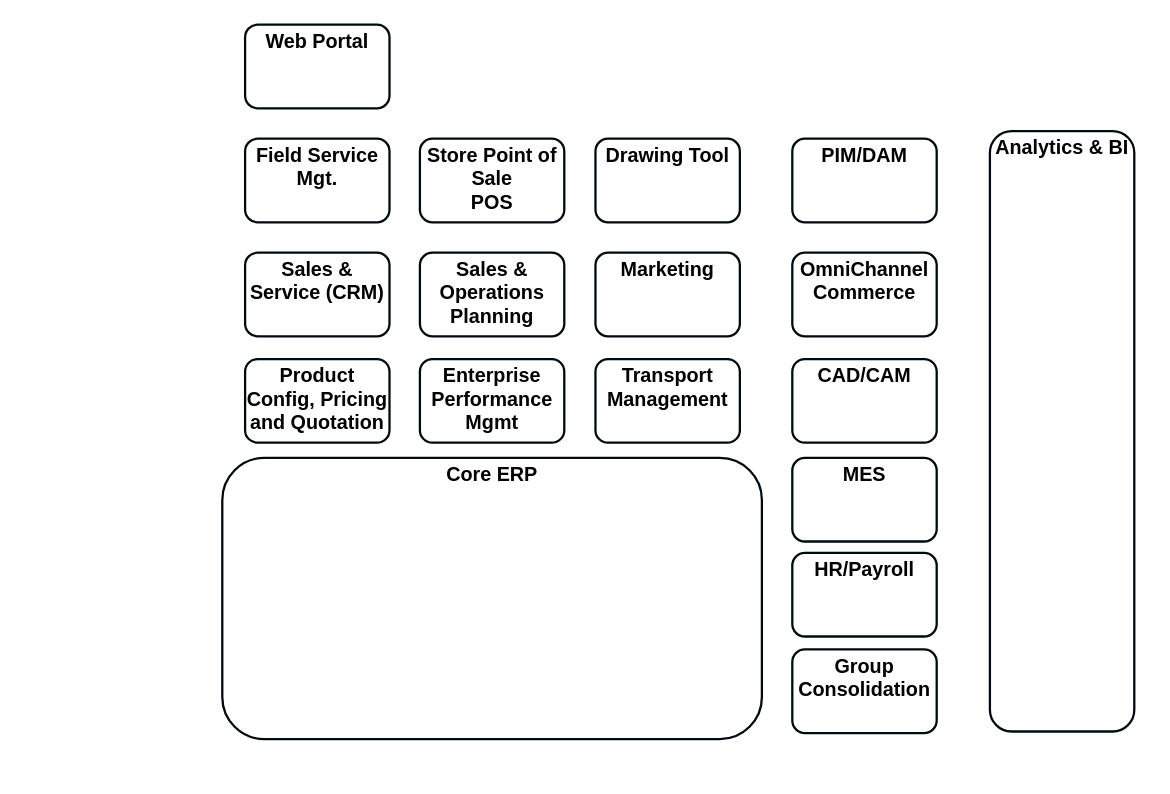
Before: page "Accenture" (1 of 5) of Polaris Starter.drawio in mrf742002/Diagrams, a draw.io diagram. Source tidied: cells renumbered, new cells numbered last; positions are measured from the earlier drawing's top-left corner, leaving out a move shared by most shapes. Both pictures are drawn from the tidied source at 76%, with x=0, y=0 at pixel (222, 24).
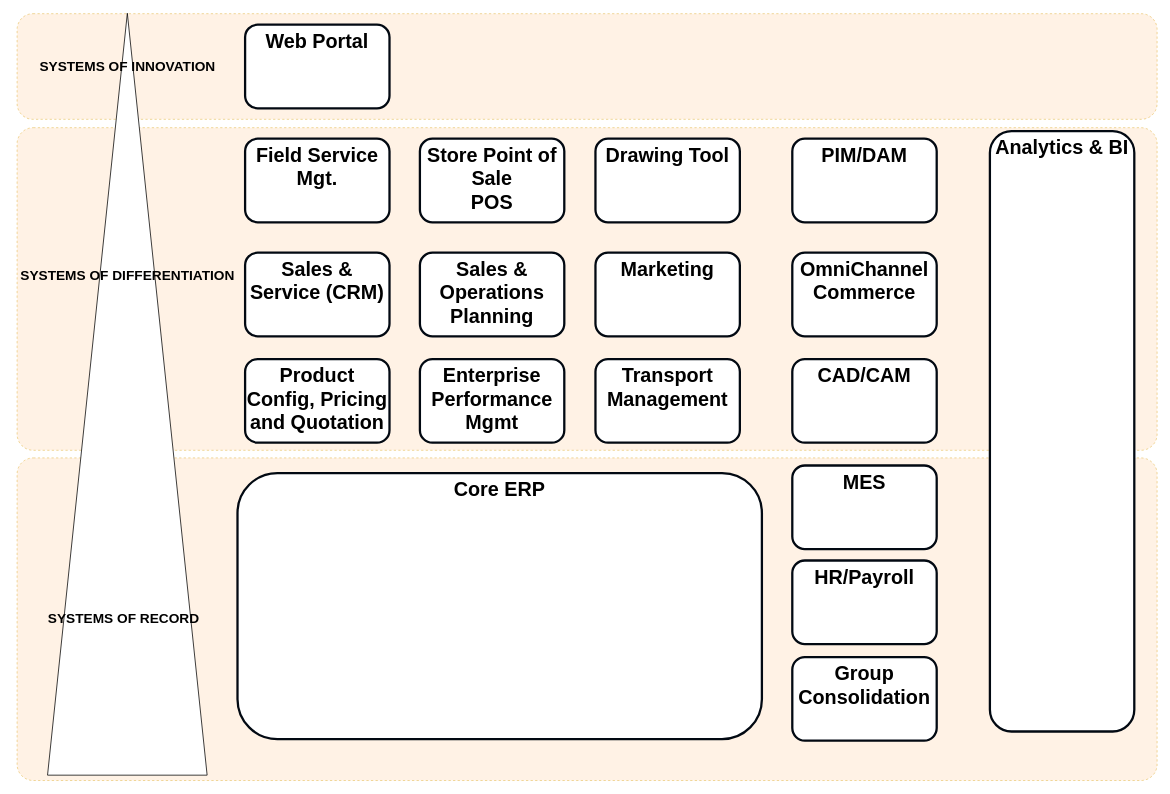
The same diagram, later.

The edit, as a diff of the source:
```diff
@@
+    <mxCell id="20" style="rounded=1;whiteSpace=wrap;html=1;verticalAlign=top;strokeWidth=1;strokeColor=#d79b00;dashed=1;fillColor=#ffe6cc;opacity=50;arcSize=5;" parent="1" vertex="1">
+      <mxGeometry x="-270" y="570" width="1500" height="424.5" as="geometry" />
+    </mxCell>
+    <mxCell id="21" style="rounded=1;whiteSpace=wrap;html=1;verticalAlign=top;strokeWidth=1;strokeColor=#d79b00;dashed=1;fillColor=#ffe6cc;opacity=50;arcSize=5;" parent="1" vertex="1">
+      <mxGeometry x="-270" y="135.5" width="1500" height="424.5" as="geometry" />
+    </mxCell>
+    <mxCell id="22" style="rounded=1;whiteSpace=wrap;html=1;verticalAlign=top;strokeWidth=1;strokeColor=#d79b00;dashed=1;fillColor=#ffe6cc;opacity=50;" parent="1" vertex="1">
+      <mxGeometry x="-270" y="-14.5" width="1500" height="139" as="geometry" />
+    </mxCell>
     <mxCell id="2" value="&lt;b style=&quot;font-size: 26px&quot;&gt;Core ERP&lt;br style=&quot;font-size: 26px&quot;&gt;&lt;/b&gt;" style="rounded=1;whiteSpace=wrap;html=1;verticalAlign=top;strokeWidth=3;strokeColor=#020912;fontSize=26;" parent="1" vertex="1">
-      <mxGeometry y="570" width="710" height="370" as="geometry" />
+      <mxGeometry x="20" y="590" width="690" height="350" as="geometry" />
     </mxCell>
     <mxCell id="3" value="&lt;b style=&quot;font-size: 26px&quot;&gt;MES&lt;br style=&quot;font-size: 26px&quot;&gt;&lt;/b&gt;" style="rounded=1;whiteSpace=wrap;html=1;verticalAlign=top;strokeWidth=3;strokeColor=#020912;fontSize=26;" parent="1" vertex="1">
-      <mxGeometry x="750" y="570" width="190" height="110" as="geometry" />
+      <mxGeometry x="750" y="580" width="190" height="110" as="geometry" />
     </mxCell>
@@
     <mxCell id="5" value="&lt;b style=&quot;font-size: 26px&quot;&gt;HR/Payroll&lt;br style=&quot;font-size: 26px&quot;&gt;&lt;/b&gt;" style="rounded=1;whiteSpace=wrap;html=1;verticalAlign=top;strokeWidth=3;strokeColor=#020912;fontSize=26;" parent="1" vertex="1">
-      <mxGeometry x="750" y="695" width="190" height="110" as="geometry" />
+      <mxGeometry x="750" y="705" width="190" height="110" as="geometry" />
     </mxCell>
     <mxCell id="6" value="&lt;b style=&quot;font-size: 26px&quot;&gt;Group Consolidation&lt;br style=&quot;font-size: 26px&quot;&gt;&lt;/b&gt;" style="rounded=1;whiteSpace=wrap;html=1;verticalAlign=top;strokeWidth=3;strokeColor=#020912;fontSize=26;" parent="1" vertex="1">
-      <mxGeometry x="750" y="822" width="190" height="110" as="geometry" />
+      <mxGeometry x="750" y="832" width="190" height="110" as="geometry" />
     </mxCell>
@@
+    <mxCell id="23" style="triangle;whiteSpace=wrap;html=1;rotation=-90;" parent="1" vertex="1">
+      <mxGeometry x="-626.2" y="381.2" width="1002.5" height="210" as="geometry" />
+    </mxCell>
+    <mxCell id="24" value="&lt;font style=&quot;font-size: 18px&quot;&gt;SYSTEMS OF INNOVATION&lt;/font&gt;" style="text;html=1;align=center;verticalAlign=middle;fontStyle=1;" parent="1" vertex="1">
+      <mxGeometry x="-250" y="45" width="250" height="20" as="geometry" />
+    </mxCell>
+    <mxCell id="25" value="&lt;font style=&quot;font-size: 18px&quot;&gt;SYSTEMS OF DIFFERENTIATION&lt;/font&gt;" style="text;html=1;align=center;verticalAlign=middle;fontStyle=1;" parent="1" vertex="1">
+      <mxGeometry x="-275" y="320" width="300" height="20" as="geometry" />
+    </mxCell>
+    <mxCell id="26" value="&lt;font style=&quot;font-size: 18px&quot;&gt;SYSTEMS OF RECORD&lt;/font&gt;" style="text;html=1;align=center;verticalAlign=middle;fontStyle=1;" parent="1" vertex="1">
+      <mxGeometry x="-235" y="772.2" width="210" height="20" as="geometry" />
+    </mxCell>
```
